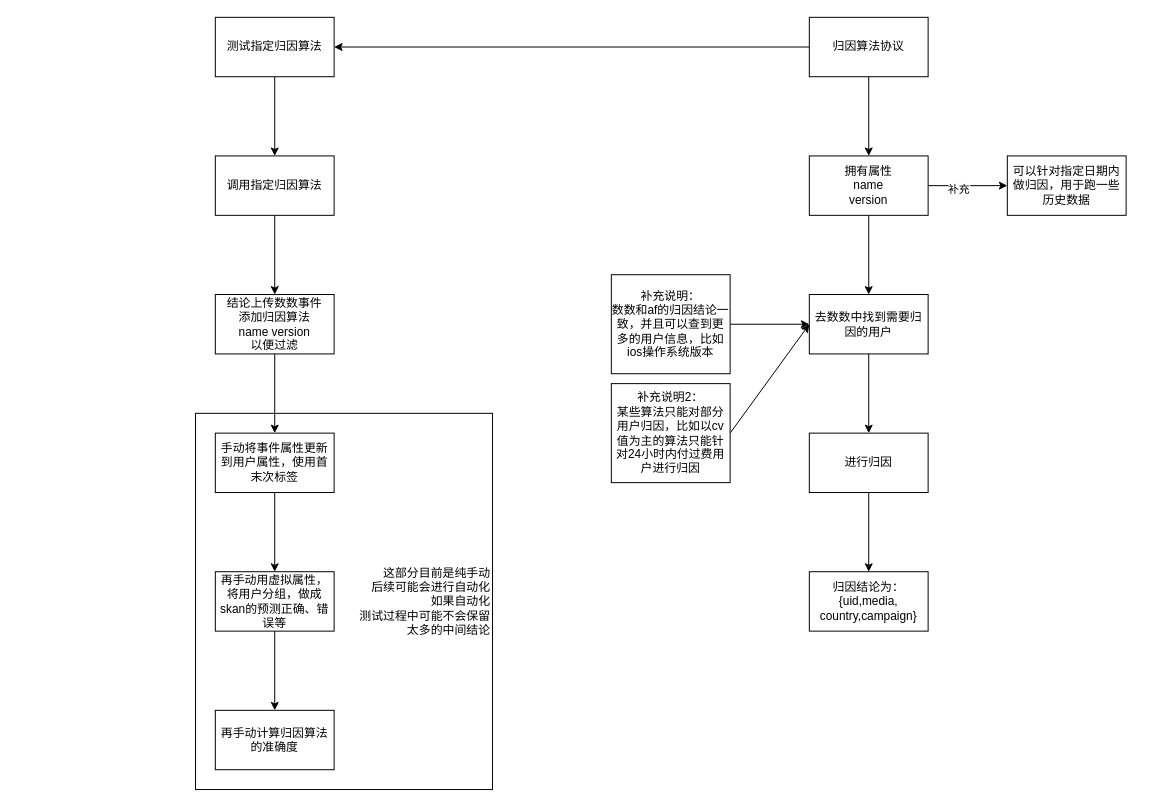
Earlier version of the draw.io diagram dio/test.dio (u03013112/ios_-attribution). Source tidied: cells renumbered, new cells numbered last; positions are measured from the earlier drawing's top-left corner, leaving out a move shared by most shapes. Both pictures are drawn from the tidied source at 99%, with x=0, y=0 at pixel (195, 17).
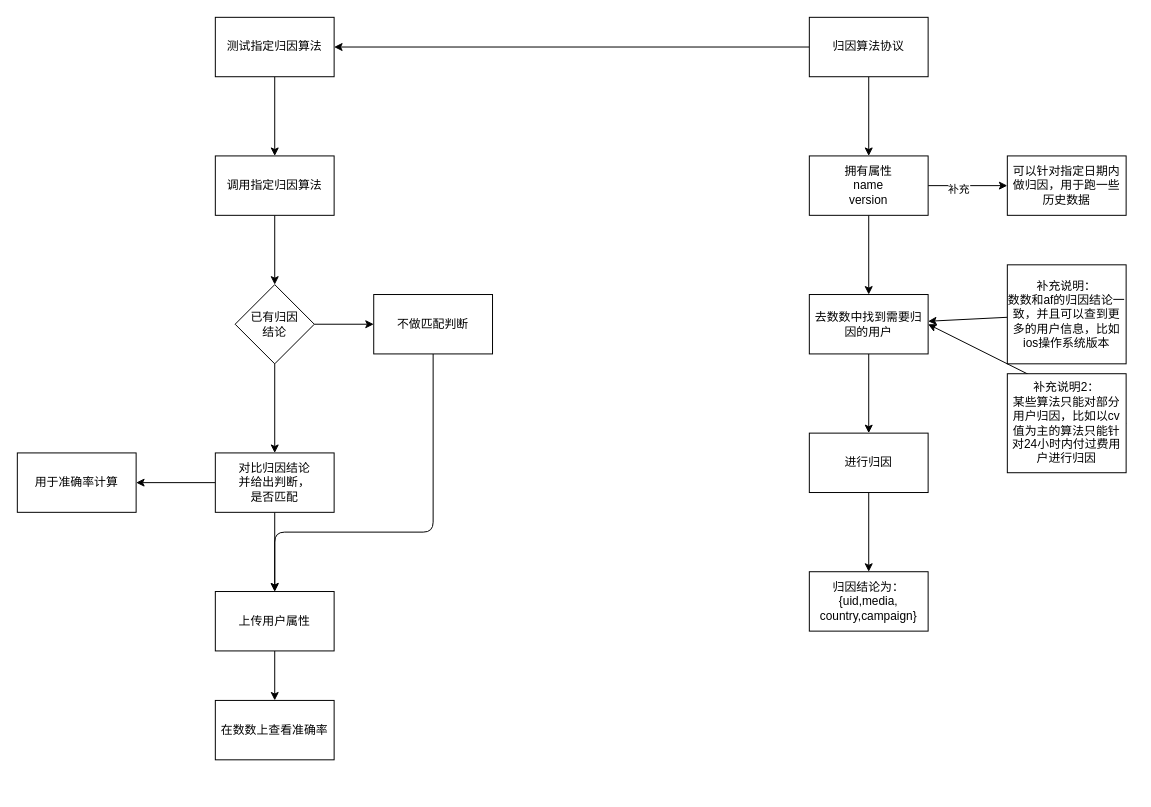
The same page after the edit.

The change refers to these unchanged cells:
```xml
<mxCell id="13" value="去数数中找到需要归因的用户" style="whiteSpace=wrap;html=1;rounded=0;" parent="1" vertex="1">
  <mxGeometry x="620" y="280" width="120" height="60" as="geometry" />
</mxCell>
<mxCell id="22" value="调用指定归因算法" style="whiteSpace=wrap;html=1;rounded=0;" parent="1" vertex="1">
  <mxGeometry x="20" y="140" width="120" height="60" as="geometry" />
</mxCell>
```

Change to the diagram source:
```diff
@@
-    <mxCell id="2" value="这部分目前是纯手动&lt;br&gt;后续可能会进行自动化&lt;br&gt;如果自动化&lt;br&gt;测试过程中可能不会保留&lt;br&gt;太多的中间结论&lt;br&gt;" style="rounded=0;whiteSpace=wrap;html=1;align=right;" parent="1" vertex="1">
-      <mxGeometry y="400" width="300" height="380" as="geometry" />
-    </mxCell>
@@
     <mxCell id="15" value="补充说明：&lt;br&gt;数数和af的归因结论一致，并且可以查到更多的用户信息，比如ios操作系统版本" style="rounded=0;whiteSpace=wrap;html=1;" parent="1" vertex="1">
-      <mxGeometry x="420" y="260" width="120" height="100" as="geometry" />
+      <mxGeometry x="820" y="250" width="120" height="100" as="geometry" />
     </mxCell>
-    <mxCell id="16" style="edgeStyle=none;html=1;exitX=1;exitY=0.5;exitDx=0;exitDy=0;entryX=0;entryY=0.5;entryDx=0;entryDy=0;" parent="1" edge="1" source="17" target="13">
-      <mxGeometry relative="1" as="geometry" />
+    <mxCell id="16" style="edgeStyle=none;html=1;exitX=1;exitY=0.5;exitDx=0;exitDy=0;" parent="1" edge="1" source="17">
+      <mxGeometry relative="1" as="geometry">
+        <mxPoint x="740" y="310" as="targetPoint" />
+      </mxGeometry>
     </mxCell>
     <mxCell id="17" value="补充说明2：&lt;br&gt;某些算法只能对部分用户归因，比如以cv值为主的算法只能针对24小时内付过费用户进行归因" style="rounded=0;whiteSpace=wrap;html=1;" parent="1" vertex="1">
-      <mxGeometry x="420" y="370" width="120" height="100" as="geometry" />
+      <mxGeometry x="820" y="360" width="120" height="100" as="geometry" />
     </mxCell>
@@
-    <mxCell id="21" style="edgeStyle=none;html=1;" parent="1" edge="1" source="22" target="24">
-      <mxGeometry relative="1" as="geometry" />
-    </mxCell>
+    <mxCell id="31" style="edgeStyle=none;html=1;" parent="1" edge="1" source="22" target="34">
+      <mxGeometry relative="1" as="geometry" />
+    </mxCell>
@@
-    <mxCell id="23" style="edgeStyle=none;html=1;" parent="1" edge="1" source="24" target="26">
-      <mxGeometry relative="1" as="geometry" />
-    </mxCell>
-    <mxCell id="24" value="结论上传数数事件&lt;br&gt;添加归因算法&lt;br&gt;name version&lt;br&gt;以便过滤" style="whiteSpace=wrap;html=1;rounded=0;" parent="1" vertex="1">
-      <mxGeometry x="20" y="280" width="120" height="60" as="geometry" />
-    </mxCell>
-    <mxCell id="25" style="edgeStyle=none;html=1;" parent="1" edge="1" source="26" target="29">
-      <mxGeometry relative="1" as="geometry" />
-    </mxCell>
-    <mxCell id="26" value="手动将事件属性更新到用户属性，使用首末次标签" style="whiteSpace=wrap;html=1;rounded=0;" parent="1" vertex="1">
-      <mxGeometry x="20" y="420" width="120" height="60" as="geometry" />
-    </mxCell>
@@
-    <mxCell id="28" style="edgeStyle=none;html=1;" parent="1" edge="1" source="29" target="30">
-      <mxGeometry relative="1" as="geometry" />
-    </mxCell>
-    <mxCell id="29" value="再手动用虚拟属性，将用户分组，做成skan的预测正确、错误等" style="whiteSpace=wrap;html=1;rounded=0;" parent="1" vertex="1">
-      <mxGeometry x="20" y="560" width="120" height="60" as="geometry" />
-    </mxCell>
-    <mxCell id="30" value="再手动计算归因算法的准确度" style="whiteSpace=wrap;html=1;rounded=0;" parent="1" vertex="1">
-      <mxGeometry x="20" y="700" width="120" height="60" as="geometry" />
-    </mxCell>
+    <mxCell id="32" style="edgeStyle=none;html=1;" parent="1" edge="1" source="34" target="37">
+      <mxGeometry relative="1" as="geometry" />
+    </mxCell>
+    <mxCell id="33" style="edgeStyle=none;html=1;" parent="1" edge="1" source="34" target="39">
+      <mxGeometry relative="1" as="geometry" />
+    </mxCell>
+    <mxCell id="34" value="已有归因&lt;br&gt;结论" style="rhombus;whiteSpace=wrap;html=1;rounded=0;" parent="1" vertex="1">
+      <mxGeometry x="40" y="270" width="80" height="80" as="geometry" />
+    </mxCell>
+    <mxCell id="35" style="edgeStyle=none;html=1;" parent="1" edge="1" source="37" target="40">
+      <mxGeometry relative="1" as="geometry" />
+    </mxCell>
+    <mxCell id="36" style="edgeStyle=none;html=1;" parent="1" edge="1" source="37" target="42">
+      <mxGeometry relative="1" as="geometry" />
+    </mxCell>
+    <mxCell id="37" value="对比归因结论&lt;br&gt;并给出判断，&lt;br&gt;是否匹配" style="whiteSpace=wrap;html=1;rounded=0;" parent="1" vertex="1">
+      <mxGeometry x="20" y="440" width="120" height="60" as="geometry" />
+    </mxCell>
+    <mxCell id="38" style="edgeStyle=orthogonalEdgeStyle;html=1;exitX=0.5;exitY=1;exitDx=0;exitDy=0;entryX=0.5;entryY=0;entryDx=0;entryDy=0;" parent="1" edge="1" source="39" target="42">
+      <mxGeometry relative="1" as="geometry">
+        <Array as="points">
+          <mxPoint x="240" y="520" />
+          <mxPoint x="80" y="520" />
+        </Array>
+      </mxGeometry>
+    </mxCell>
+    <mxCell id="39" value="不做匹配判断" style="whiteSpace=wrap;html=1;rounded=0;" parent="1" vertex="1">
+      <mxGeometry x="180" y="280" width="120" height="60" as="geometry" />
+    </mxCell>
+    <mxCell id="40" value="用于准确率计算" style="whiteSpace=wrap;html=1;rounded=0;" parent="1" vertex="1">
+      <mxGeometry x="-180" y="440" width="120" height="60" as="geometry" />
+    </mxCell>
+    <mxCell id="41" style="edgeStyle=orthogonalEdgeStyle;html=1;" parent="1" edge="1" source="42" target="43">
+      <mxGeometry relative="1" as="geometry" />
+    </mxCell>
+    <mxCell id="42" value="上传用户属性" style="whiteSpace=wrap;html=1;rounded=0;" parent="1" vertex="1">
+      <mxGeometry x="20" y="580" width="120" height="60" as="geometry" />
+    </mxCell>
+    <mxCell id="43" value="在数数上查看准确率" style="whiteSpace=wrap;html=1;rounded=0;" parent="1" vertex="1">
+      <mxGeometry x="20" y="690" width="120" height="60" as="geometry" />
+    </mxCell>
```
